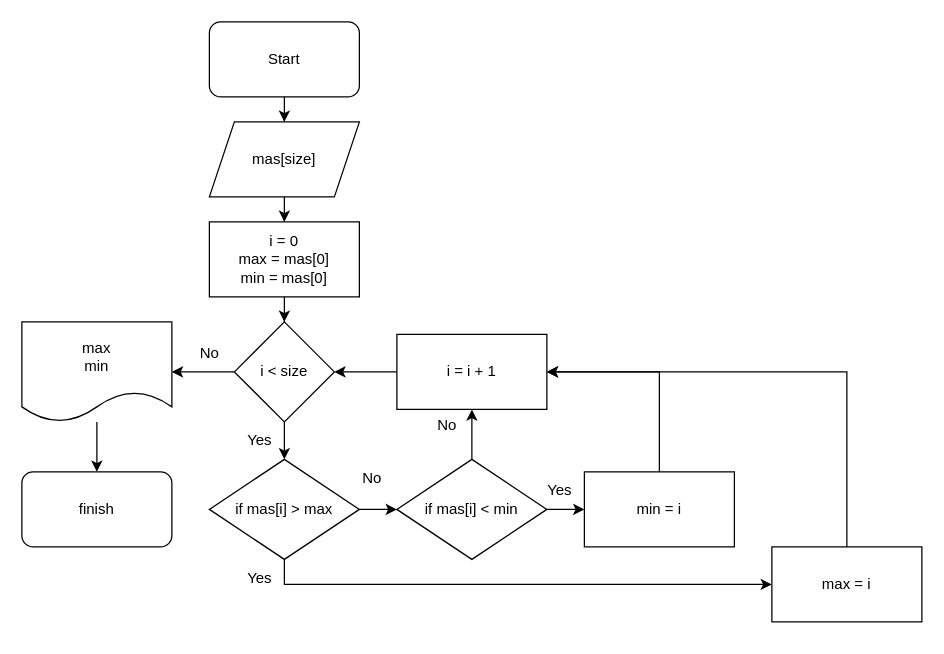
Before: Geek/max-min.drawio in DaemoniumLupus/project, a draw.io diagram. Source tidied: cells renumbered, new cells numbered last; positions are measured from the earlier drawing's top-left corner, leaving out a move shared by most shapes. Both pictures are drawn from the tidied source at 125%, with x=0, y=0 at pixel (21, 21).
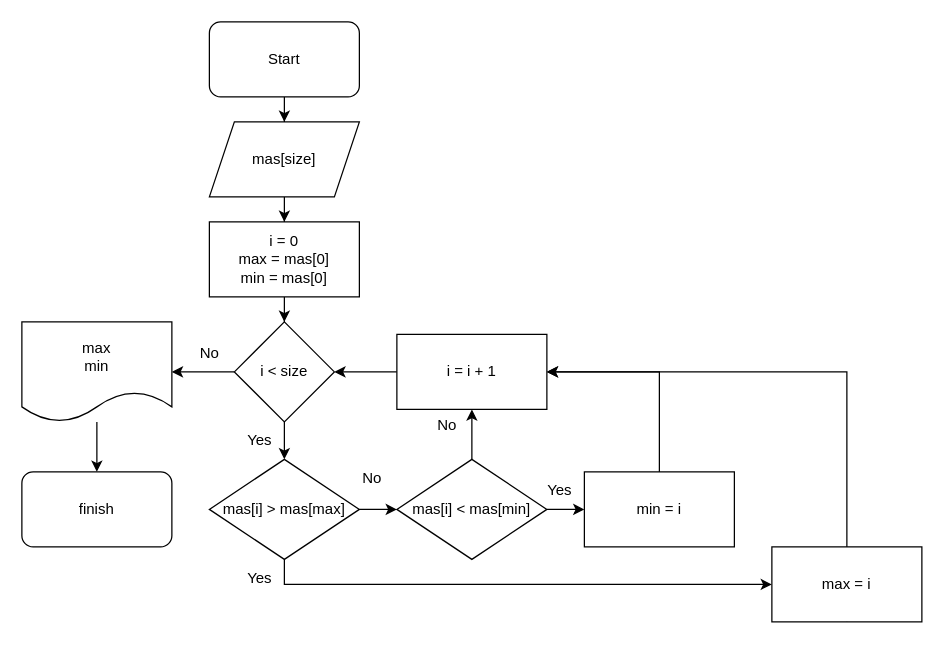
Above is the later version.

Diff of the diagram source:
```diff
@@
-    <mxCell id="8" value="if mas[i] &amp;gt; max&lt;br&gt;" style="rhombus;whiteSpace=wrap;html=1;" parent="1" vertex="1">
+    <mxCell id="8" value="mas[i] &amp;gt; mas[max]" style="rhombus;whiteSpace=wrap;html=1;" parent="1" vertex="1">
       <mxGeometry x="150" y="350" width="120" height="80" as="geometry" />
     </mxCell>
@@
-    <mxCell id="17" value="if mas[i] &amp;lt; min" style="rhombus;whiteSpace=wrap;html=1;" parent="1" vertex="1">
+    <mxCell id="17" value="mas[i] &amp;lt; mas[min]" style="rhombus;whiteSpace=wrap;html=1;" parent="1" vertex="1">
       <mxGeometry x="300" y="350" width="120" height="80" as="geometry" />
     </mxCell>
```
